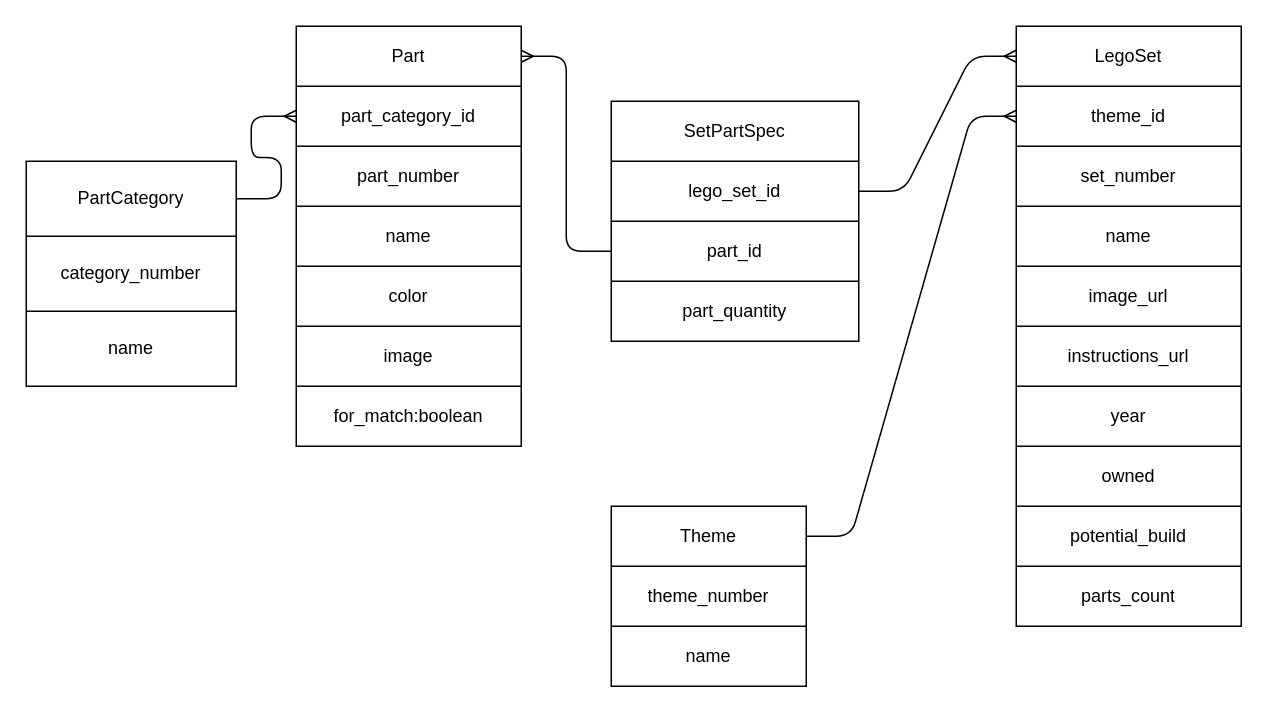
Earlier version of the draw.io diagram database-relations.drawio (DavidRMorphew/my-bricks-app-backend). Source tidied: cells renumbered, new cells numbered last; positions are measured from the earlier drawing's top-left corner, leaving out a move shared by most shapes. Both pictures are drawn from the tidied source at 150%, with x=0, y=0 at pixel (26, 26).
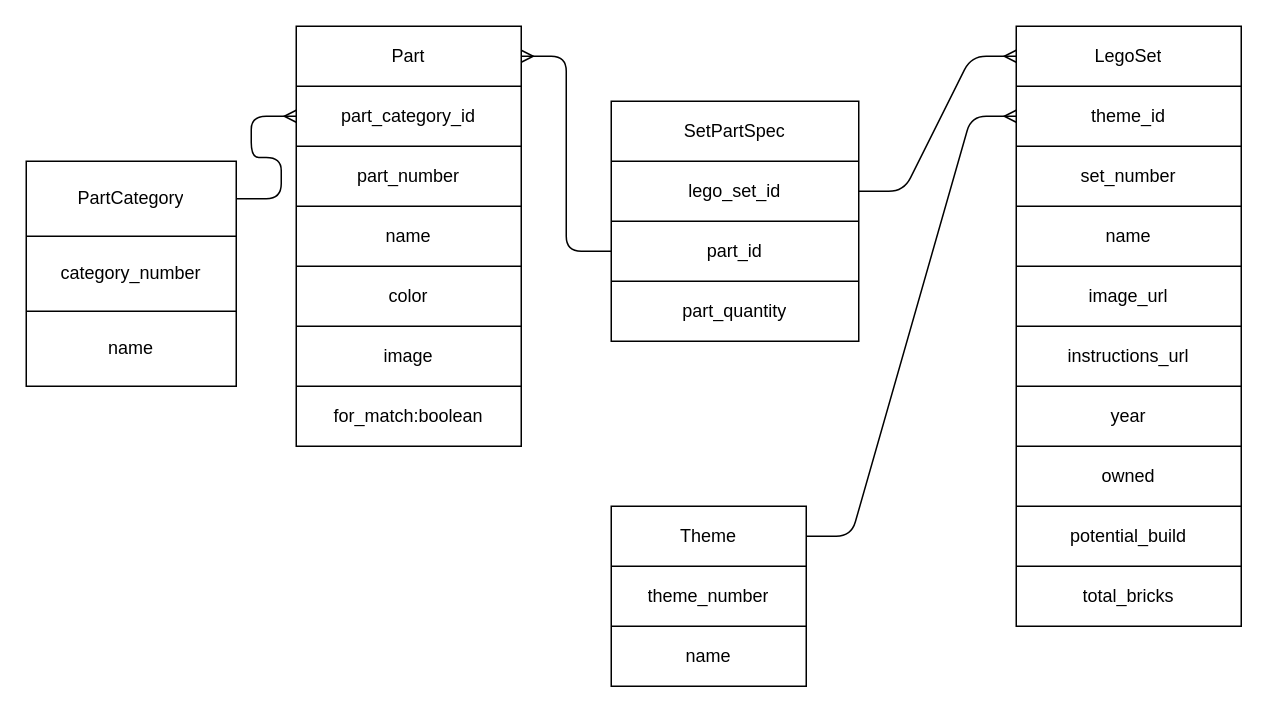
Above is the later version.

Unchanged cells that the change refers to:
```xml
<mxCell id="28" style="shape=partialRectangle;html=1;whiteSpace=wrap;fillColor=none;top=0;left=0;bottom=0;right=0;" parent="9" vertex="1">
  <mxGeometry y="360" width="150" height="40" as="geometry" />
</mxCell>
```

What changed in the source:
```diff
@@
-    <mxCell id="29" value="parts_count" style="shape=partialRectangle;html=1;whiteSpace=wrap;overflow=hidden;fillColor=none;top=0;left=0;bottom=0;right=0;" parent="28" vertex="1">
+    <mxCell id="29" value="total_bricks" style="shape=partialRectangle;html=1;whiteSpace=wrap;overflow=hidden;fillColor=none;top=0;left=0;bottom=0;right=0;" parent="28" vertex="1">
       <mxGeometry width="150" height="40" as="geometry" />
     </mxCell>
```
